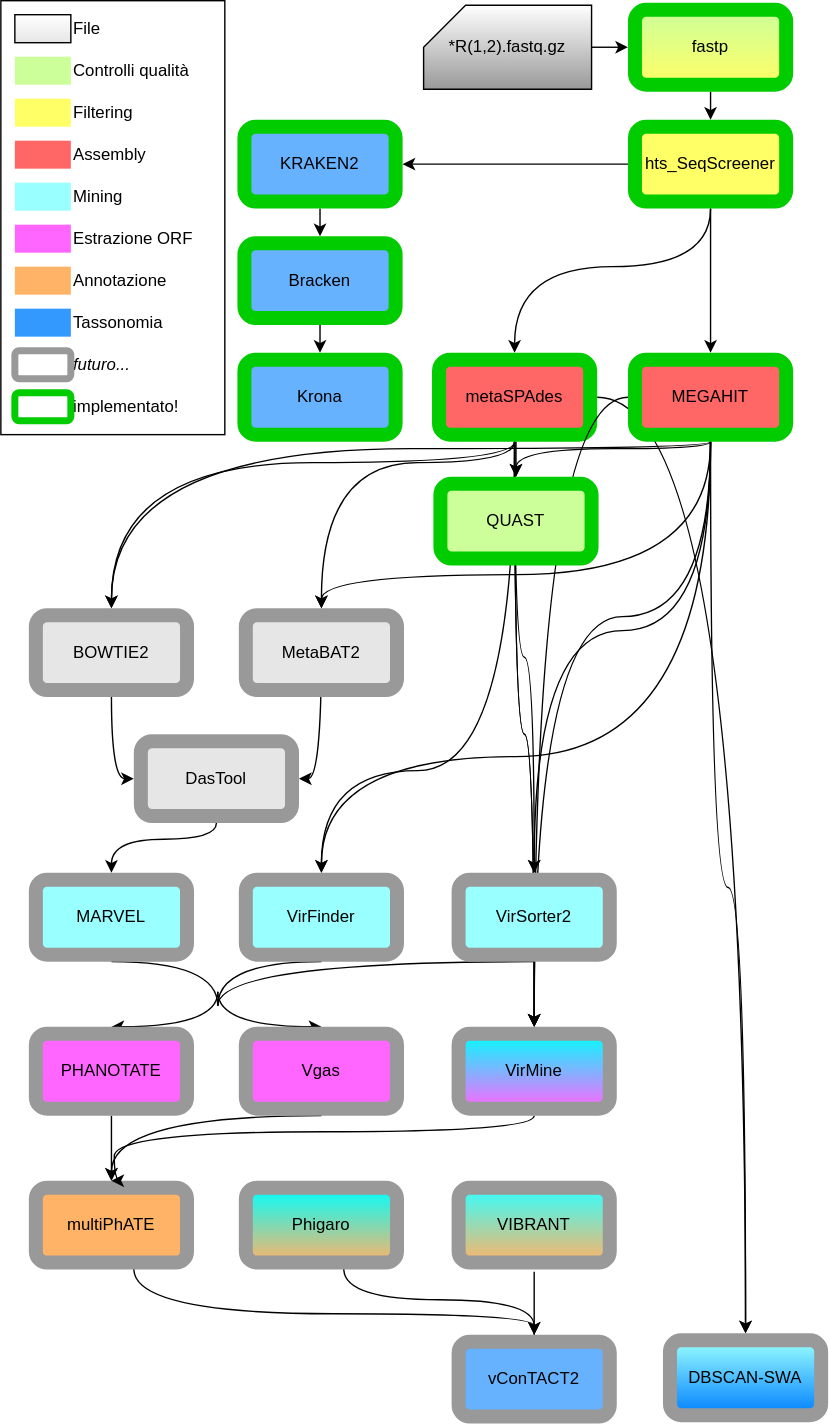
Before: slides/pipeline_2020_11_18.drawio.svg, a diagram exported from draw.io (MattiaPandolfoVR/MetaPhage). Source tidied: cells renumbered, new cells last; positions are measured from the earlier drawing's top-left corner, leaving out a move shared by most shapes.
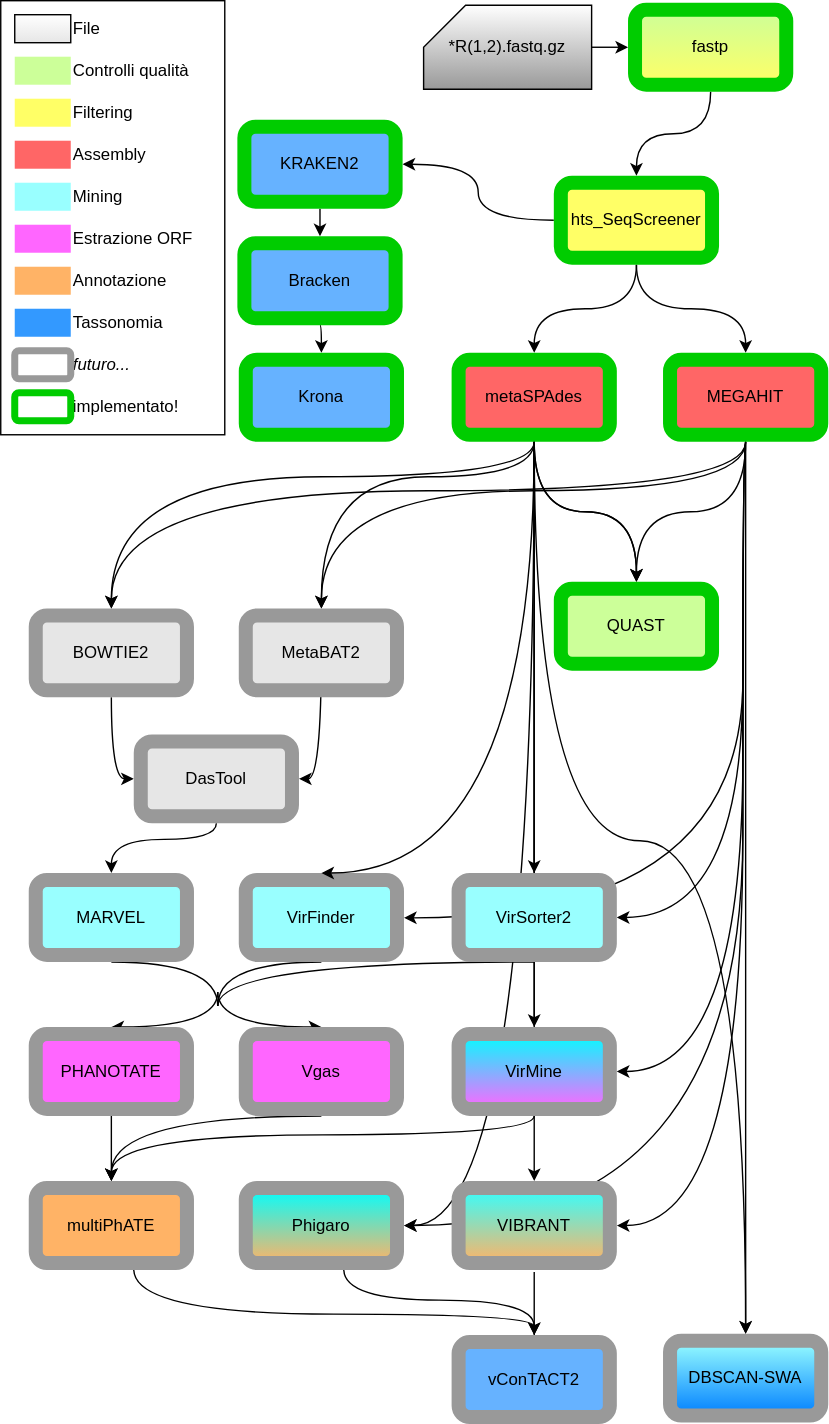
Above is the later version.

Commit message:
bugfix slowchart

Diff of the diagram source:
```diff
@@ -2,6 +2,24 @@
   <root>
     <mxCell id="0" />
     <mxCell id="1" parent="0" />
+    <mxCell id="84" style="edgeStyle=orthogonalEdgeStyle;curved=1;rounded=0;jettySize=auto;html=1;exitX=0.5;exitY=1;exitDx=0;exitDy=0;entryX=1;entryY=0.5;entryDx=0;entryDy=0;" parent="1" edge="1" source="81" target="23">
+      <mxGeometry relative="1" as="geometry">
+        <Array as="points">
+          <mxPoint x="530" y="315" />
+          <mxPoint x="530" y="875" />
+        </Array>
+      </mxGeometry>
+    </mxCell>
+    <mxCell id="85" style="edgeStyle=orthogonalEdgeStyle;curved=1;rounded=0;jettySize=auto;html=1;exitX=0.5;exitY=1;exitDx=0;exitDy=0;entryX=1;entryY=0.5;entryDx=0;entryDy=0;" parent="1" edge="1" source="59" target="23">
+      <mxGeometry relative="1" as="geometry">
+        <Array as="points">
+          <mxPoint x="381" y="875" />
+        </Array>
+      </mxGeometry>
+    </mxCell>
+    <mxCell id="86" style="edgeStyle=orthogonalEdgeStyle;curved=1;rounded=0;jettySize=auto;html=1;exitX=0.5;exitY=1;exitDx=0;exitDy=0;entryX=0.5;entryY=0;entryDx=0;entryDy=0;" parent="1" edge="1" source="59" target="62">
+      <mxGeometry relative="1" as="geometry" />
+    </mxCell>
     <mxCell id="2" style="edgeStyle=orthogonalEdgeStyle;rounded=0;jettySize=auto;html=1;exitX=0.5;exitY=0;exitDx=0;exitDy=0;entryX=0.5;entryY=0;entryDx=0;entryDy=0;curved=1;" parent="1" edge="1" target="20">
       <mxGeometry relative="1" as="geometry">
         <mxPoint x="155" y="708" as="sourcePoint" />
@@ -134,11 +152,11 @@
     <mxCell id="36" value="multiPhATE" style="rounded=1;whiteSpace=wrap;html=10;shadow=0;strokeWidth=10;perimeterSpacing=5;sketch=0;glass=0;fillColor=#FFB366;strokeColor=#999999;" parent="1" vertex="1">
       <mxGeometry x="25" y="848" width="108" height="53.5" as="geometry" />
     </mxCell>
-    <mxCell id="37" style="edgeStyle=orthogonalEdgeStyle;rounded=0;jettySize=auto;html=1;exitX=0.5;exitY=1;exitDx=0;exitDy=0;entryX=0.5;entryY=0;entryDx=0;entryDy=0;endArrow=classic;endFill=1;curved=1;" parent="1" edge="1" source="38" target="36">
+    <mxCell id="37" style="edgeStyle=orthogonalEdgeStyle;curved=1;rounded=0;jettySize=auto;html=1;exitX=0.5;exitY=1;exitDx=0;exitDy=0;entryX=0.5;entryY=0;entryDx=0;entryDy=0;" parent="1" edge="1" source="38" target="36">
       <mxGeometry relative="1" as="geometry">
         <Array as="points">
-          <mxPoint x="381" y="808" />
-          <mxPoint x="81" y="808" />
+          <mxPoint x="381" y="810" />
+          <mxPoint x="79" y="810" />
         </Array>
       </mxGeometry>
     </mxCell>
@@ -183,66 +201,57 @@
     <mxCell id="47" style="edgeStyle=orthogonalEdgeStyle;rounded=0;jettySize=auto;html=1;exitX=0;exitY=0.5;exitDx=0;exitDy=0;entryX=1;entryY=0.5;entryDx=0;entryDy=0;curved=1;" parent="1" edge="1" source="50" target="46">
       <mxGeometry relative="1" as="geometry" />
     </mxCell>
+    <mxCell id="49" style="edgeStyle=orthogonalEdgeStyle;curved=1;rounded=0;jettySize=auto;html=1;exitX=0.5;exitY=1;exitDx=0;exitDy=0;entryX=0.5;entryY=0;entryDx=0;entryDy=0;" parent="1" edge="1" source="50" target="59">
+      <mxGeometry relative="1" as="geometry" />
+    </mxCell>
-    <mxCell id="48" style="edgeStyle=orthogonalEdgeStyle;curved=1;rounded=0;jettySize=auto;html=1;entryX=0.5;entryY=0;entryDx=0;entryDy=0;" parent="1" edge="1" source="50" target="81">
+    <mxCell id="48" style="edgeStyle=orthogonalEdgeStyle;curved=1;rounded=0;jettySize=auto;html=1;exitX=0.5;exitY=1;exitDx=0;exitDy=0;entryX=0.5;entryY=0;entryDx=0;entryDy=0;" parent="1" edge="1" source="50" target="81">
       <mxGeometry relative="1" as="geometry" />
     </mxCell>
-    <mxCell id="49" style="edgeStyle=orthogonalEdgeStyle;curved=1;rounded=0;jettySize=auto;html=1;entryX=0.5;entryY=0;entryDx=0;entryDy=0;" parent="1" edge="1" source="50" target="59">
-      <mxGeometry relative="1" as="geometry">
-        <Array as="points">
-          <mxPoint x="507" y="190" />
-          <mxPoint x="367" y="190" />
-        </Array>
-      </mxGeometry>
-    </mxCell>
     <mxCell id="50" value="hts_SeqScreener" style="rounded=1;whiteSpace=wrap;html=10;shadow=0;strokeWidth=10;perimeterSpacing=5;sketch=0;glass=0;strokeColor=#00CC00;fillColor=#FFFF66;" parent="1" vertex="1">
-      <mxGeometry x="453" y="90" width="108" height="53.5" as="geometry" />
+      <mxGeometry x="400" y="130" width="108" height="53.5" as="geometry" />
     </mxCell>
-    <mxCell id="51" style="edgeStyle=orthogonalEdgeStyle;curved=1;rounded=0;jettySize=auto;html=1;entryX=0.5;entryY=0;entryDx=0;entryDy=0;" parent="1" edge="1" source="59" target="82">
-      <mxGeometry relative="1" as="geometry">
-        <Array as="points">
-          <mxPoint x="368" y="320" />
-          <mxPoint x="368" y="320" />
-        </Array>
-      </mxGeometry>
-    </mxCell>
+    <mxCell id="55" style="edgeStyle=orthogonalEdgeStyle;curved=1;rounded=0;jettySize=auto;html=1;entryX=0.5;entryY=0;entryDx=0;entryDy=0;" parent="1" edge="1" source="59" target="83">
+      <mxGeometry relative="1" as="geometry" />
+    </mxCell>
+    <mxCell id="56" style="edgeStyle=orthogonalEdgeStyle;curved=1;rounded=0;jettySize=auto;html=1;entryX=0.5;entryY=0;entryDx=0;entryDy=0;" parent="1" edge="1" source="59" target="38">
+      <mxGeometry relative="1" as="geometry" />
+    </mxCell>
+    <mxCell id="87" style="edgeStyle=orthogonalEdgeStyle;curved=1;rounded=0;jettySize=auto;html=1;exitX=0.5;exitY=1;exitDx=0;exitDy=0;entryX=0.5;entryY=0;entryDx=0;entryDy=0;" parent="1" edge="1" source="59" target="82">
+      <mxGeometry relative="1" as="geometry" />
+    </mxCell>
-    <mxCell id="52" style="edgeStyle=orthogonalEdgeStyle;curved=1;rounded=0;jettySize=auto;html=1;entryX=0.5;entryY=0;entryDx=0;entryDy=0;" parent="1" edge="1" source="59" target="70">
+    <mxCell id="52" style="edgeStyle=orthogonalEdgeStyle;curved=1;rounded=0;jettySize=auto;html=1;exitX=0.5;exitY=1;exitDx=0;exitDy=0;entryX=0.5;entryY=0;entryDx=0;entryDy=0;" parent="1" edge="1" source="59" target="70">
       <mxGeometry relative="1" as="geometry">
         <Array as="points">
-          <mxPoint x="367" y="330" />
-          <mxPoint x="229" y="330" />
+          <mxPoint x="381" y="340" />
+          <mxPoint x="229" y="340" />
         </Array>
       </mxGeometry>
     </mxCell>
-    <mxCell id="53" style="edgeStyle=orthogonalEdgeStyle;curved=1;rounded=0;jettySize=auto;html=1;entryX=0.5;entryY=0;entryDx=0;entryDy=0;" parent="1" edge="1" source="59" target="43">
+    <mxCell id="53" style="edgeStyle=orthogonalEdgeStyle;curved=1;rounded=0;jettySize=auto;html=1;exitX=0.5;exitY=1;exitDx=0;exitDy=0;entryX=0.5;entryY=0;entryDx=0;entryDy=0;" parent="1" edge="1" source="59" target="43">
       <mxGeometry relative="1" as="geometry">
         <Array as="points">
-          <mxPoint x="367" y="330" />
-          <mxPoint x="79" y="330" />
+          <mxPoint x="381" y="340" />
+          <mxPoint x="79" y="340" />
         </Array>
       </mxGeometry>
     </mxCell>
-    <mxCell id="54" style="edgeStyle=orthogonalEdgeStyle;curved=1;rounded=0;jettySize=auto;html=1;entryX=0.5;entryY=0;entryDx=0;entryDy=0;" parent="1" edge="1" source="59" target="40">
+    <mxCell id="54" style="edgeStyle=orthogonalEdgeStyle;curved=1;rounded=0;jettySize=auto;html=1;exitX=0.5;exitY=1;exitDx=0;exitDy=0;entryX=0.5;entryY=0;entryDx=0;entryDy=0;" parent="1" edge="1" source="59" target="40">
       <mxGeometry relative="1" as="geometry">
         <Array as="points">
-          <mxPoint x="367" y="550" />
-          <mxPoint x="229" y="550" />
+          <mxPoint x="381" y="623" />
         </Array>
       </mxGeometry>
     </mxCell>
-    <mxCell id="55" style="edgeStyle=orthogonalEdgeStyle;curved=1;rounded=0;jettySize=auto;html=1;entryX=0.5;entryY=0;entryDx=0;entryDy=0;" parent="1" edge="1" source="59" target="83">
-      <mxGeometry relative="1" as="geometry" />
-    </mxCell>
-    <mxCell id="56" style="edgeStyle=orthogonalEdgeStyle;curved=1;rounded=0;jettySize=auto;html=1;entryX=0.5;entryY=0;entryDx=0;entryDy=0;" parent="1" edge="1" source="59" target="38">
-      <mxGeometry relative="1" as="geometry" />
-    </mxCell>
-    <mxCell id="57" style="edgeStyle=orthogonalEdgeStyle;curved=1;rounded=0;jettySize=auto;html=1;entryX=0.5;entryY=0;entryDx=0;entryDy=0;" parent="1" edge="1" source="59" target="38">
-      <mxGeometry relative="1" as="geometry" />
-    </mxCell>
-    <mxCell id="58" style="edgeStyle=orthogonalEdgeStyle;curved=1;rounded=0;jettySize=auto;html=1;" parent="1" edge="1" source="59" target="21">
-      <mxGeometry relative="1" as="geometry" />
+    <mxCell id="58" style="edgeStyle=orthogonalEdgeStyle;curved=1;rounded=0;jettySize=auto;html=1;exitX=0.5;exitY=1;exitDx=0;exitDy=0;entryX=0.5;entryY=0;entryDx=0;entryDy=0;" parent="1" edge="1" source="59" target="21">
+      <mxGeometry relative="1" as="geometry">
+        <Array as="points">
+          <mxPoint x="381" y="600" />
+          <mxPoint x="532" y="600" />
+        </Array>
+      </mxGeometry>
     </mxCell>
     <mxCell id="59" value="metaSPAdes" style="rounded=1;whiteSpace=wrap;html=10;shadow=0;strokeWidth=10;perimeterSpacing=5;sketch=0;glass=0;fillColor=#FF6666;strokeColor=#00CC00;" parent="1" vertex="1">
-      <mxGeometry x="313" y="256.5" width="108" height="53.5" as="geometry" />
+      <mxGeometry x="327" y="256.5" width="108" height="53.5" as="geometry" />
     </mxCell>
     <mxCell id="60" value="&amp;nbsp; implementato!" style="text;html=1;strokeColor=none;fillColor=none;align=left;verticalAlign=middle;whiteSpace=wrap;rounded=0;" parent="1" vertex="1">
       <mxGeometry x="50" y="280" width="120" height="20" as="geometry" />
@@ -269,7 +278,7 @@
       <mxGeometry x="174" y="173.2" width="108" height="53.5" as="geometry" />
     </mxCell>
     <mxCell id="68" value="Krona" style="rounded=1;whiteSpace=wrap;html=10;shadow=0;strokeWidth=10;perimeterSpacing=5;sketch=0;glass=0;fillColor=#66B2FF;strokeColor=#00CC00;" parent="1" vertex="1">
-      <mxGeometry x="174" y="256.5" width="108" height="53.5" as="geometry" />
+      <mxGeometry x="175" y="256.5" width="108" height="53.5" as="geometry" />
     </mxCell>
     <mxCell id="69" style="edgeStyle=orthogonalEdgeStyle;rounded=0;jettySize=auto;html=1;entryX=1;entryY=0.5;entryDx=0;entryDy=0;fontColor=#000000;curved=1;" parent="1" edge="1" target="72">
       <mxGeometry relative="1" as="geometry">
@@ -293,68 +302,71 @@
     <mxCell id="72" value="DasTool" style="rounded=1;whiteSpace=wrap;html=10;shadow=0;strokeWidth=10;perimeterSpacing=5;sketch=0;glass=0;fillColor=#E6E6E6;strokeColor=#999999;" parent="1" vertex="1">
       <mxGeometry x="100" y="529" width="108" height="53.5" as="geometry" />
     </mxCell>
-    <mxCell id="73" style="edgeStyle=orthogonalEdgeStyle;curved=1;rounded=0;jettySize=auto;html=1;entryX=0.5;entryY=0;entryDx=0;entryDy=0;" parent="1" edge="1" source="81" target="82">
-      <mxGeometry relative="1" as="geometry">
-        <Array as="points">
-          <mxPoint x="507" y="320" />
-          <mxPoint x="368" y="320" />
-        </Array>
-      </mxGeometry>
-    </mxCell>
+    <mxCell id="80" style="edgeStyle=orthogonalEdgeStyle;curved=1;rounded=0;jettySize=auto;html=1;entryX=0.5;entryY=0;entryDx=0;entryDy=0;" parent="1" edge="1" source="81" target="21">
+      <mxGeometry relative="1" as="geometry" />
+    </mxCell>
-    <mxCell id="74" style="edgeStyle=orthogonalEdgeStyle;curved=1;rounded=0;jettySize=auto;html=1;entryX=0.5;entryY=0;entryDx=0;entryDy=0;" parent="1" edge="1" source="81" target="70">
+    <mxCell id="74" style="edgeStyle=orthogonalEdgeStyle;curved=1;rounded=0;jettySize=auto;html=1;exitX=0.5;exitY=1;exitDx=0;exitDy=0;entryX=0.5;entryY=0;entryDx=0;entryDy=0;" parent="1" edge="1" source="81" target="70">
       <mxGeometry relative="1" as="geometry">
         <Array as="points">
-          <mxPoint x="507" y="410" />
-          <mxPoint x="229" y="410" />
+          <mxPoint x="532" y="350" />
+          <mxPoint x="229" y="350" />
         </Array>
       </mxGeometry>
     </mxCell>
+    <mxCell id="88" style="edgeStyle=orthogonalEdgeStyle;curved=1;rounded=0;jettySize=auto;html=1;exitX=0.5;exitY=1;exitDx=0;exitDy=0;entryX=1;entryY=0.5;entryDx=0;entryDy=0;" parent="1" edge="1" source="81" target="38">
+      <mxGeometry relative="1" as="geometry">
+        <Array as="points">
+          <mxPoint x="530" y="315" />
+          <mxPoint x="530" y="765" />
+        </Array>
+      </mxGeometry>
+    </mxCell>
-    <mxCell id="75" style="edgeStyle=orthogonalEdgeStyle;curved=1;rounded=0;jettySize=auto;html=1;entryX=0.5;entryY=0;entryDx=0;entryDy=0;" parent="1" edge="1" source="81" target="43">
+    <mxCell id="75" style="edgeStyle=orthogonalEdgeStyle;curved=1;rounded=0;jettySize=auto;html=1;exitX=0.5;exitY=1;exitDx=0;exitDy=0;entryX=0.5;entryY=0;entryDx=0;entryDy=0;" parent="1" edge="1" source="81" target="43">
       <mxGeometry relative="1" as="geometry">
         <Array as="points">
-          <mxPoint x="507" y="320" />
-          <mxPoint x="79" y="320" />
+          <mxPoint x="532" y="350" />
+          <mxPoint x="79" y="350" />
         </Array>
       </mxGeometry>
     </mxCell>
-    <mxCell id="76" style="edgeStyle=orthogonalEdgeStyle;curved=1;rounded=0;jettySize=auto;html=1;entryX=0.5;entryY=0;entryDx=0;entryDy=0;" parent="1" edge="1" source="81" target="40">
+    <mxCell id="76" style="edgeStyle=orthogonalEdgeStyle;curved=1;rounded=0;jettySize=auto;html=1;exitX=0.5;exitY=1;exitDx=0;exitDy=0;" parent="1" edge="1" source="81" target="40">
       <mxGeometry relative="1" as="geometry">
         <Array as="points">
-          <mxPoint x="507" y="540" />
-          <mxPoint x="229" y="540" />
+          <mxPoint x="530" y="315" />
+          <mxPoint x="530" y="655" />
         </Array>
       </mxGeometry>
     </mxCell>
-    <mxCell id="77" style="edgeStyle=orthogonalEdgeStyle;curved=1;rounded=0;jettySize=auto;html=1;entryX=0.5;entryY=0;entryDx=0;entryDy=0;" parent="1" edge="1" source="81" target="83">
+    <mxCell id="77" style="edgeStyle=orthogonalEdgeStyle;curved=1;rounded=0;jettySize=auto;html=1;exitX=0.5;exitY=1;exitDx=0;exitDy=0;entryX=1;entryY=0.5;entryDx=0;entryDy=0;" parent="1" edge="1" source="81" target="83">
       <mxGeometry relative="1" as="geometry">
         <Array as="points">
-          <mxPoint x="507" y="450" />
-          <mxPoint x="381" y="450" />
+          <mxPoint x="530" y="315" />
+          <mxPoint x="530" y="655" />
         </Array>
       </mxGeometry>
     </mxCell>
-    <mxCell id="78" style="edgeStyle=orthogonalEdgeStyle;curved=1;rounded=0;jettySize=auto;html=1;entryX=0.5;entryY=0;entryDx=0;entryDy=0;" parent="1" edge="1" source="81" target="38">
-      <mxGeometry relative="1" as="geometry">
-        <Array as="points">
-          <mxPoint x="507" y="440" />
-          <mxPoint x="381" y="440" />
-        </Array>
-      </mxGeometry>
-    </mxCell>
-    <mxCell id="79" style="edgeStyle=orthogonalEdgeStyle;curved=1;rounded=0;jettySize=auto;html=1;entryX=0.5;entryY=0;entryDx=0;entryDy=0;" parent="1" edge="1" source="81" target="38">
-      <mxGeometry relative="1" as="geometry" />
-    </mxCell>
-    <mxCell id="80" style="edgeStyle=orthogonalEdgeStyle;curved=1;rounded=0;jettySize=auto;html=1;entryX=0.5;entryY=0;entryDx=0;entryDy=0;" parent="1" edge="1" source="81" target="21">
-      <mxGeometry relative="1" as="geometry" />
-    </mxCell>
+    <mxCell id="73" style="edgeStyle=orthogonalEdgeStyle;curved=1;rounded=0;jettySize=auto;html=1;exitX=0.5;exitY=1;exitDx=0;exitDy=0;entryX=0.5;entryY=0;entryDx=0;entryDy=0;" parent="1" edge="1" source="81" target="82">
+      <mxGeometry relative="1" as="geometry" />
+    </mxCell>
+    <mxCell id="89" style="edgeStyle=orthogonalEdgeStyle;curved=1;rounded=0;jettySize=auto;html=1;exitX=0.5;exitY=1;exitDx=0;exitDy=0;entryX=1;entryY=0.5;entryDx=0;entryDy=0;" parent="1" edge="1" source="81" target="62">
+      <mxGeometry relative="1" as="geometry">
+        <Array as="points">
+          <mxPoint x="530" y="315" />
+          <mxPoint x="530" y="875" />
+        </Array>
+      </mxGeometry>
+    </mxCell>
     <mxCell id="81" value="MEGAHIT" style="rounded=1;whiteSpace=wrap;html=10;shadow=0;strokeWidth=10;perimeterSpacing=5;sketch=0;glass=0;fillColor=#FF6666;strokeColor=#00CC00;" parent="1" vertex="1">
-      <mxGeometry x="453" y="256.5" width="108" height="53.5" as="geometry" />
+      <mxGeometry x="478" y="256.5" width="108" height="53.5" as="geometry" />
     </mxCell>
+    <mxCell id="83" value="VirSorter2" style="rounded=1;whiteSpace=wrap;html=10;shadow=0;strokeWidth=10;perimeterSpacing=5;sketch=0;glass=0;fillColor=#99FFFF;strokeColor=#999999;" parent="1" vertex="1">
+      <mxGeometry x="327" y="628" width="108" height="53.5" as="geometry" />
+    </mxCell>
     <mxCell id="82" value="QUAST" style="rounded=1;whiteSpace=wrap;html=10;shadow=0;strokeWidth=10;perimeterSpacing=5;sketch=0;glass=0;strokeColor=#00CC00;fillColor=#CCFF99;" parent="1" vertex="1">
-      <mxGeometry x="314" y="345" width="108" height="53.5" as="geometry" />
+      <mxGeometry x="400" y="420" width="108" height="53.5" as="geometry" />
     </mxCell>
-    <mxCell id="83" value="VirSorter2" style="rounded=1;whiteSpace=wrap;html=10;shadow=0;strokeWidth=10;perimeterSpacing=5;sketch=0;glass=0;fillColor=#99FFFF;strokeColor=#999999;" parent="1" vertex="1">
-      <mxGeometry x="327" y="628" width="108" height="53.5" as="geometry" />
-    </mxCell>
+    <mxCell id="90" style="edgeStyle=orthogonalEdgeStyle;curved=1;rounded=0;jettySize=auto;html=1;entryX=0.5;entryY=0;entryDx=0;entryDy=0;" parent="1" edge="1" source="59" target="82">
+      <mxGeometry relative="1" as="geometry" />
+    </mxCell>
   </root>
 </mxGraphModel>
```
